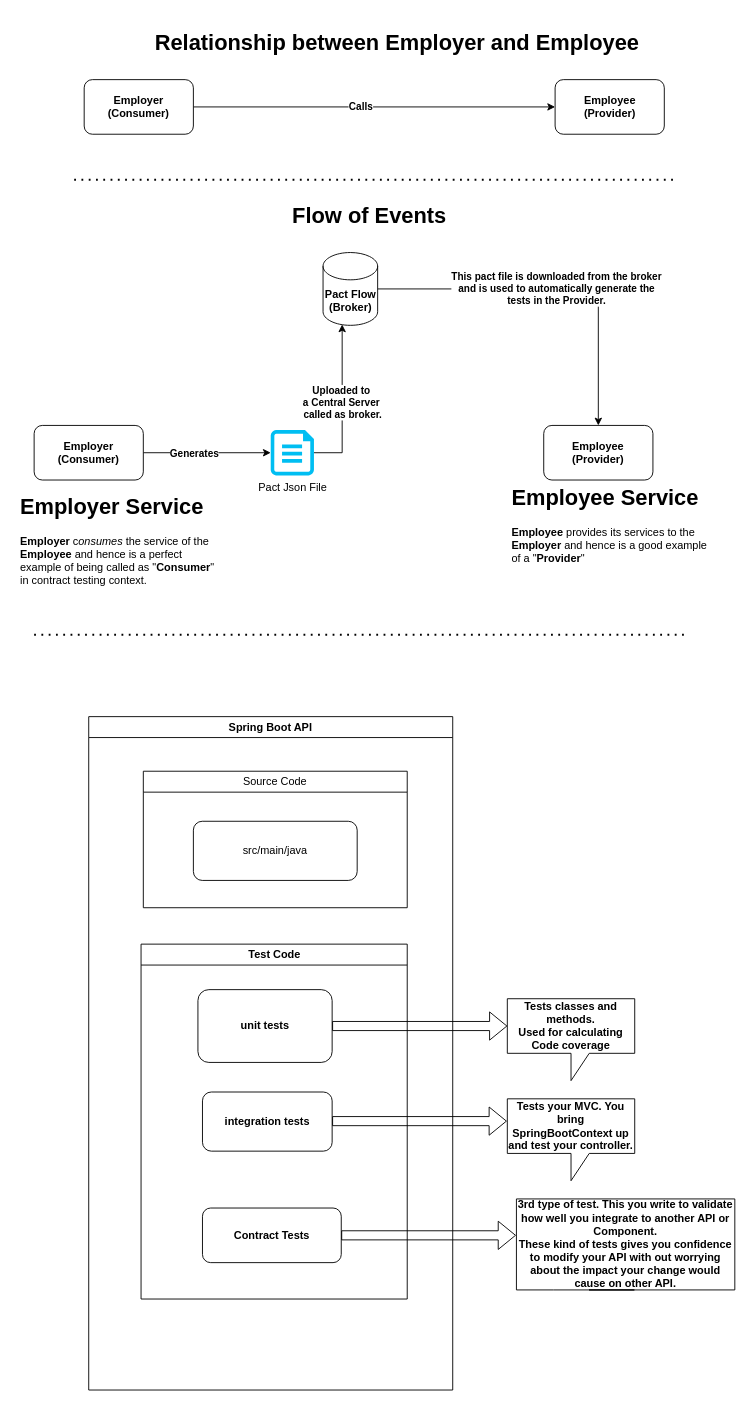
Before: Untitled Diagram.drawio in akashdktyagi/pactflow-contract-testing-reference-app, a draw.io diagram. Source tidied: cells renumbered, new cells numbered last; positions are measured from the earlier drawing's top-left corner, leaving out a move shared by most shapes. Both pictures are drawn from the tidied source at 91%, with x=0, y=0 at pixel (15, 25).
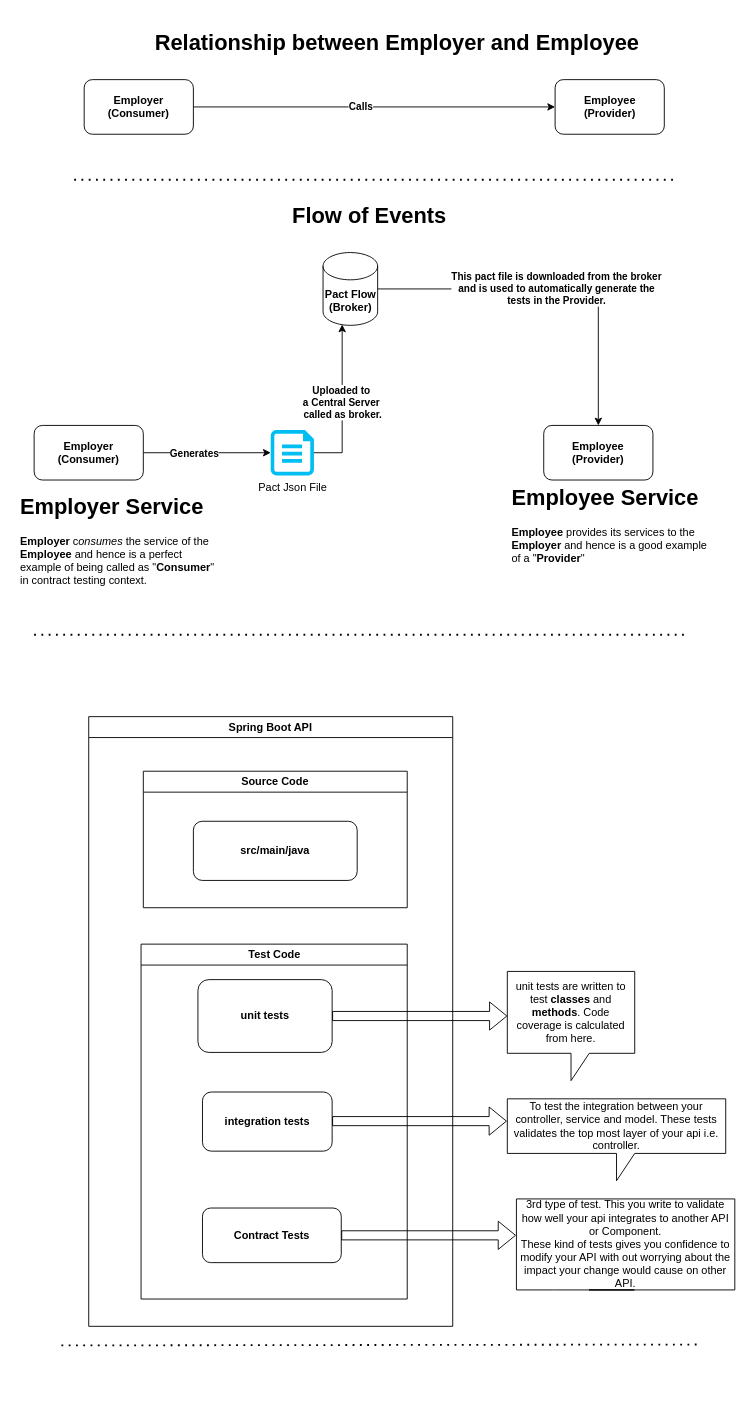
The same page after the edit.

The change refers to these unchanged cells:
```xml
<mxCell id="21" value="Test Code" style="swimlane;whiteSpace=wrap;html=1;fontStyle=1;" parent="20" vertex="1">
  <mxGeometry x="57.5" y="250" width="292.5" height="390" as="geometry" />
</mxCell>
```

Diff of the diagram source:
```diff
@@
     <mxCell id="20" value="Spring Boot API" style="swimlane;whiteSpace=wrap;html=1;fontStyle=1;" parent="1" vertex="1">
-      <mxGeometry x="80" y="760" width="400" height="740" as="geometry" />
+      <mxGeometry x="80" y="760" width="400" height="670" as="geometry" />
     </mxCell>
@@
     <mxCell id="22" value="unit tests" style="rounded=1;whiteSpace=wrap;html=1;fontStyle=1;" parent="21" vertex="1">
-      <mxGeometry x="62.5" y="50" width="147.5" height="80" as="geometry" />
+      <mxGeometry x="62.5" y="39" width="147.5" height="80" as="geometry" />
     </mxCell>
@@
-    <mxCell id="26" value="Source Code" style="swimlane;whiteSpace=wrap;html=1;fontStyle=0;" parent="20" vertex="1">
+    <mxCell id="26" value="Source Code" style="swimlane;whiteSpace=wrap;html=1;fontStyle=1;" parent="20" vertex="1">
       <mxGeometry x="60" y="60" width="290" height="150" as="geometry" />
     </mxCell>
-    <mxCell id="27" value="src/main/java" style="rounded=1;whiteSpace=wrap;html=1;" parent="26" vertex="1">
+    <mxCell id="27" value="src/main/java" style="rounded=1;whiteSpace=wrap;html=1;fontStyle=1;" parent="26" vertex="1">
       <mxGeometry x="55" y="55" width="180" height="65" as="geometry" />
     </mxCell>
@@
-    <mxCell id="29" style="shape=flexArrow;endArrow=classic;html=1;rounded=0;" parent="1" edge="1" source="22" target="30">
-      <mxGeometry relative="1" as="geometry" />
+    <mxCell id="29" style="shape=flexArrow;endArrow=classic;html=1;rounded=0;" parent="1" edge="1" source="22">
+      <mxGeometry relative="1" as="geometry">
+        <mxPoint x="540" y="1089" as="targetPoint" />
+      </mxGeometry>
     </mxCell>
-    <mxCell id="30" value="Tests classes and methods.&lt;br&gt;Used for calculating Code coverage" style="shape=callout;whiteSpace=wrap;html=1;perimeter=calloutPerimeter;fontStyle=1;" parent="1" vertex="1">
-      <mxGeometry x="540" y="1070" width="140" height="90" as="geometry" />
+    <mxCell id="30" value="unit tests are written to test &lt;b&gt;classes&lt;/b&gt; and &lt;b&gt;methods&lt;/b&gt;.&amp;nbsp;Code coverage is calculated from here." style="shape=callout;whiteSpace=wrap;html=1;perimeter=calloutPerimeter;fontStyle=0;" parent="1" vertex="1">
+      <mxGeometry x="540" y="1040" width="140" height="120" as="geometry" />
     </mxCell>
-    <mxCell id="31" value="Tests your MVC. You bring SpringBootContext up and test your controller." style="shape=callout;whiteSpace=wrap;html=1;perimeter=calloutPerimeter;fontStyle=1;" parent="1" vertex="1">
-      <mxGeometry x="540" y="1180" width="140" height="90" as="geometry" />
+    <mxCell id="31" value="To test the integration between your controller, service and model. These tests validates the top most layer of your api i.e. controller." style="shape=callout;whiteSpace=wrap;html=1;perimeter=calloutPerimeter;fontStyle=0;" parent="1" vertex="1">
+      <mxGeometry x="540" y="1180" width="240" height="90" as="geometry" />
     </mxCell>
-    <mxCell id="32" value="3rd type of test. This you write to validate how well you integrate to another API or Component.&lt;br&gt;These kind of tests gives you confidence to modify your API with out worrying about the impact your change would cause on other API." style="shape=callout;whiteSpace=wrap;html=1;perimeter=calloutPerimeter;fontStyle=1;size=0;position=0.17;position2=0.54;base=39;" parent="1" vertex="1">
+    <mxCell id="32" value="3rd type of test. This you write to validate how well your api integrates to another API or Component.&lt;br&gt;These kind of tests gives you confidence to modify your API with out worrying about the impact your change would cause on other API." style="shape=callout;whiteSpace=wrap;html=1;perimeter=calloutPerimeter;fontStyle=0;size=0;position=0.17;position2=0.54;base=39;" parent="1" vertex="1">
       <mxGeometry x="550" y="1290" width="240" height="100" as="geometry" />
     </mxCell>
+    <mxCell id="33" style="endArrow=none;dashed=1;html=1;dashPattern=1 3;strokeWidth=2;rounded=0;" parent="1" edge="1">
+      <mxGeometry relative="1" as="geometry">
+        <mxPoint x="50" y="1451" as="sourcePoint" />
+        <mxPoint x="750" y="1450" as="targetPoint" />
+      </mxGeometry>
+    </mxCell>
```
